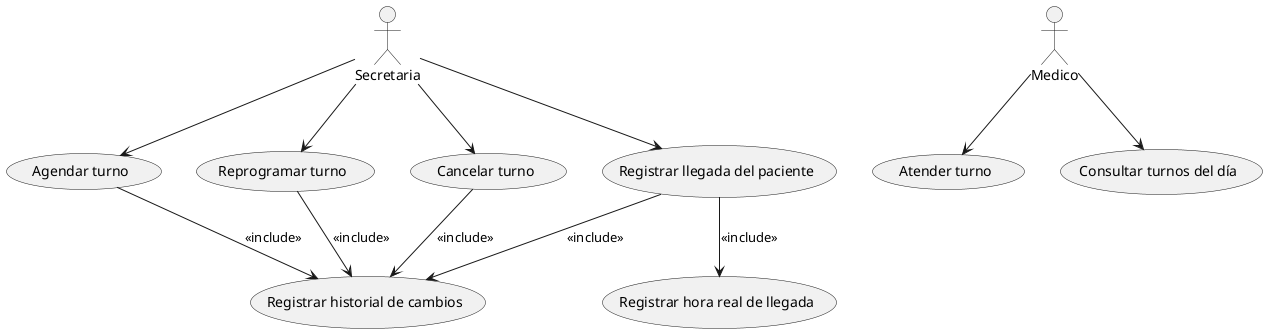
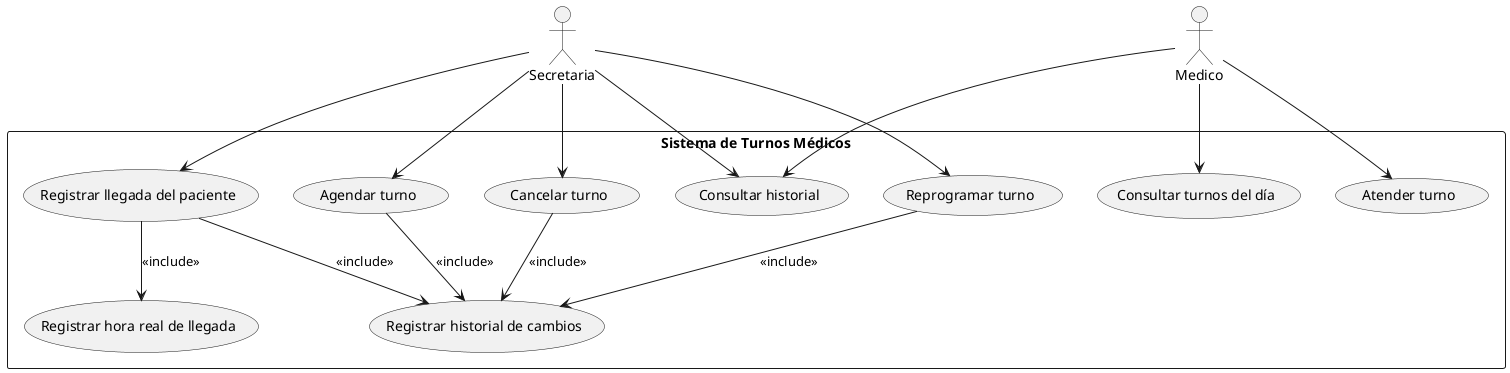
- @startuml
+ ﻿@startuml
actor Secretaria
actor Medico

- Secretaria --> (Agendar turno)
- Secretaria --> (Reprogramar turno)
- Secretaria --> (Cancelar turno)
- Secretaria --> (Registrar llegada del paciente)
+ rectangle "Sistema de Turnos Médicos" {
+   usecase "Consultar historial" as UC1
+   usecase "Agendar turno" as UC2
+   usecase "Reprogramar turno" as UC3
+   usecase "Cancelar turno" as UC4
+   usecase "Registrar llegada del paciente" as UC5
+   usecase "Atender turno" as UC6
+   usecase "Consultar turnos del día" as UC7
+   usecase "Registrar hora real de llegada" as UC8
+   usecase "Registrar historial de cambios" as UC9

- Medico --> (Atender turno)
- Medico --> (Consultar turnos del día)
+   Secretaria --> (UC1)
+   Medico --> (UC1)

- (Registrar llegada del paciente) --> (Registrar hora real de llegada) : <<include>>
+   Secretaria --> (UC2)
+   Secretaria --> (UC3)
+   Secretaria --> (UC4)
+   Secretaria --> (UC5)

- (Agendar turno) --> (Registrar historial de cambios) : <<include>>
- (Reprogramar turno) --> (Registrar historial de cambios) : <<include>>
- (Cancelar turno) --> (Registrar historial de cambios) : <<include>>
- (Registrar llegada del paciente) --> (Registrar historial de cambios) : <<include>>
+   Medico --> (UC6)
+   Medico --> (UC7)

- @enduml+   (UC5) --> (UC8) : <<include>>
+ 
+   (UC2) --> (UC9) : <<include>>
+   (UC3) --> (UC9) : <<include>>
+   (UC4) --> (UC9) : <<include>>
+   (UC5) --> (UC9) : <<include>>
+ }
+ @enduml
